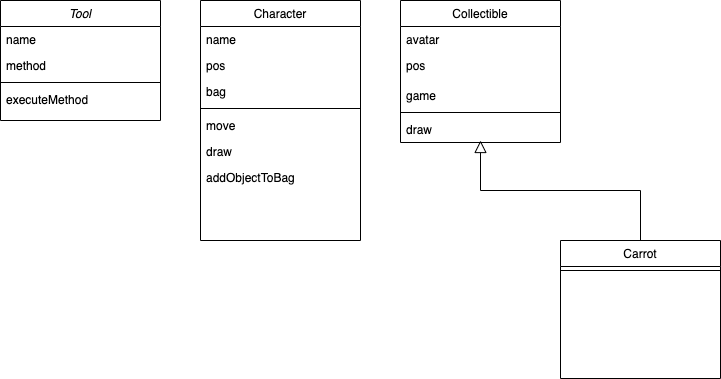
Earlier version of the draw.io export design/who_stole_the_apple_class_structure.drawio.png (mariavaghani/who_stole_the_apple). Source tidied: cells renumbered, new cells last; positions are measured from the earlier drawing's top-left corner, leaving out a move shared by most shapes.
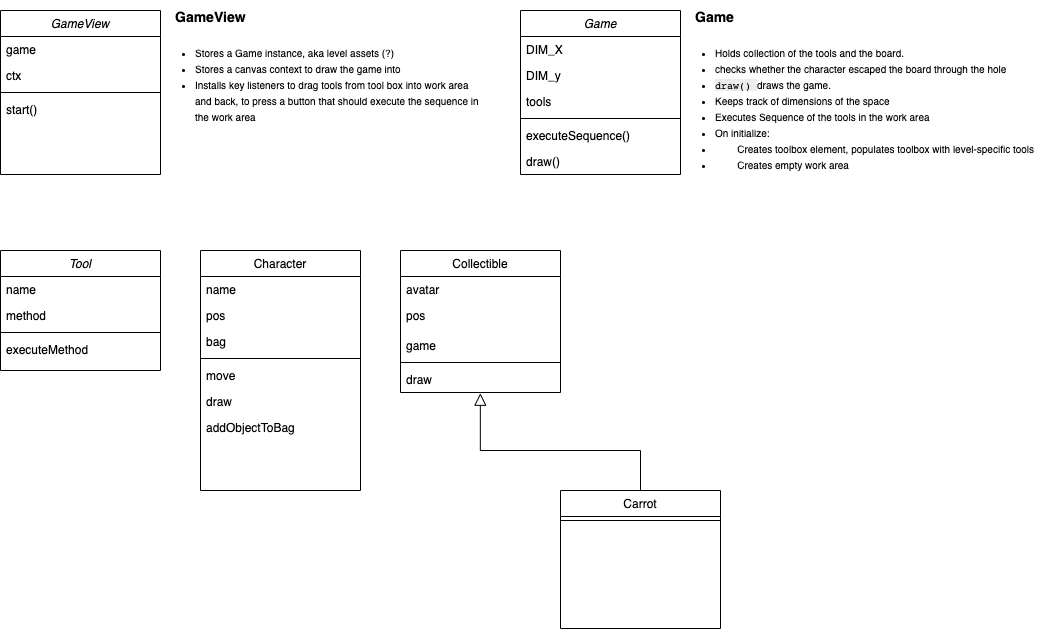
Above is the later version.

Change to the diagram source:
```diff
@@ -65,10 +65,54 @@
     <mxCell id="22" style="line;html=1;strokeWidth=1;align=left;verticalAlign=middle;spacingTop=-1;spacingLeft=3;spacingRight=3;labelPosition=right;" parent="21" vertex="1">
       <mxGeometry y="26" width="160" height="8" as="geometry" />
     </mxCell>
-    <mxCell id="23" style="endArrow=block;endSize=10;endFill=0;shadow=0;strokeWidth=1;rounded=0;edgeStyle=elbowEdgeStyle;elbow=vertical;exitX=0.5;exitY=0;exitDx=0;exitDy=0;" parent="1" edge="1" source="21">
+    <mxCell id="23" style="endArrow=block;endSize=10;endFill=0;shadow=0;strokeWidth=1;rounded=0;edgeStyle=elbowEdgeStyle;elbow=vertical;exitX=0.5;exitY=0;exitDx=0;exitDy=0;entryX=0.499;entryY=1.028;entryDx=0;entryDy=0;entryPerimeter=0;" parent="1" edge="1" source="21" target="20">
       <mxGeometry relative="1" as="geometry">
-        <mxPoint x="480" y="140" as="targetPoint" />
+        <Array as="points">
+          <mxPoint x="560" y="200" />
+        </Array>
       </mxGeometry>
     </mxCell>
+    <mxCell id="24" value="Game" style="swimlane;fontStyle=2;align=center;verticalAlign=top;horizontal=1;startSize=26;rounded=0;shadow=0;strokeWidth=1;" parent="1" vertex="1">
+      <mxGeometry x="520" y="-240" width="160" height="164" as="geometry" />
+    </mxCell>
+    <mxCell id="25" value="DIM_X" style="text;align=left;verticalAlign=top;spacingLeft=4;spacingRight=4;overflow=hidden;" parent="24" vertex="1">
+      <mxGeometry y="26" width="160" height="26" as="geometry" />
+    </mxCell>
+    <mxCell id="26" value="DIM_y" style="text;align=left;verticalAlign=top;spacingLeft=4;spacingRight=4;overflow=hidden;" parent="24" vertex="1">
+      <mxGeometry y="52" width="160" height="26" as="geometry" />
+    </mxCell>
+    <mxCell id="27" value="tools" style="text;align=left;verticalAlign=top;spacingLeft=4;spacingRight=4;overflow=hidden;" parent="24" vertex="1">
+      <mxGeometry y="78" width="160" height="26" as="geometry" />
+    </mxCell>
+    <mxCell id="28" style="line;html=1;strokeWidth=1;align=left;verticalAlign=middle;spacingTop=-1;spacingLeft=3;spacingRight=3;labelPosition=right;" parent="24" vertex="1">
+      <mxGeometry y="104" width="160" height="8" as="geometry" />
+    </mxCell>
+    <mxCell id="29" value="executeSequence()" style="text;align=left;verticalAlign=top;spacingLeft=4;spacingRight=4;overflow=hidden;" parent="24" vertex="1">
+      <mxGeometry y="112" width="160" height="26" as="geometry" />
+    </mxCell>
+    <mxCell id="30" value="draw()" style="text;align=left;verticalAlign=top;spacingLeft=4;spacingRight=4;overflow=hidden;" parent="24" vertex="1">
+      <mxGeometry y="138" width="160" height="26" as="geometry" />
+    </mxCell>
+    <mxCell id="31" value="&lt;h1 style=&quot;font-size: 14px&quot;&gt;&lt;font style=&quot;font-size: 14px&quot;&gt;Game&lt;/font&gt;&lt;/h1&gt;&lt;ul style=&quot;margin: 20px auto 40px ; padding: 0px 0px 0px 20px ; border: 0px ; outline: 0px ; font-stretch: inherit ; line-height: 1.6 ; vertical-align: baseline ; list-style-position: outside ; list-style-image: none ; max-width: 700px ; font-size: 10px&quot;&gt;&lt;li style=&quot;background-color: rgb(255 , 255 , 255)&quot;&gt;&lt;span style=&quot;font-size: 10px ; color: inherit ; font-family: inherit ; font-style: inherit ; background-color: rgb(255 , 255 , 255)&quot;&gt;Holds collection of the tools and the board.&lt;/span&gt;&lt;/li&gt;&lt;li style=&quot;background-color: rgb(255 , 255 , 255)&quot;&gt;checks whether the character escaped the board through the hole&lt;/li&gt;&lt;li&gt;&lt;span style=&quot;font-size: 10px ; color: inherit ; font-style: inherit ; background-color: rgba(0 , 0 , 0 , 0.075)&quot;&gt;&lt;font face=&quot;inconsolata, monospace&quot;&gt;draw()&amp;nbsp;&lt;/font&gt;&lt;/span&gt;&lt;span style=&quot;background-color: rgb(255 , 255 , 255) ; font-size: 10px ; color: inherit ; font-family: inherit ; font-style: inherit&quot;&gt;draws the game.&lt;/span&gt;&lt;/li&gt;&lt;li style=&quot;background-color: rgb(255 , 255 , 255)&quot;&gt;&lt;span style=&quot;font-size: 10px ; color: inherit ; font-family: inherit ; font-style: inherit ; background-color: rgb(255 , 255 , 255)&quot;&gt;Keeps track of dimensions of the space&lt;/span&gt;&lt;/li&gt;&lt;li style=&quot;background-color: rgb(255 , 255 , 255)&quot;&gt;&lt;span style=&quot;font-size: 10px ; color: inherit ; font-family: inherit ; font-style: inherit ; background-color: rgb(255 , 255 , 255)&quot;&gt;Executes Sequence of the tools in the work area&lt;/span&gt;&lt;/li&gt;&lt;li style=&quot;background-color: rgb(255 , 255 , 255)&quot;&gt;&lt;span style=&quot;font-size: 10px ; color: inherit ; font-family: inherit ; font-style: inherit ; background-color: rgb(255 , 255 , 255)&quot;&gt;On initialize:&lt;/span&gt;&lt;/li&gt;&lt;li style=&quot;background-color: rgb(255 , 255 , 255)&quot;&gt;&lt;span style=&quot;font-size: 10px ; color: inherit ; font-family: inherit ; font-style: inherit ; background-color: rgb(255 , 255 , 255)&quot;&gt;&lt;span style=&quot;white-space: pre&quot;&gt;&#9;&lt;/span&gt;Creates toolbox element, populates toolbox with level-specific tools&lt;br&gt;&lt;/span&gt;&lt;/li&gt;&lt;li style=&quot;background-color: rgb(255 , 255 , 255)&quot;&gt;&lt;span style=&quot;font-size: 10px ; color: inherit ; font-family: inherit ; font-style: inherit ; background-color: rgb(255 , 255 , 255)&quot;&gt;&lt;span style=&quot;white-space: pre&quot;&gt;&#9;&lt;/span&gt;Creates empty work area&lt;br&gt;&lt;/span&gt;&lt;/li&gt;&lt;/ul&gt;" style="text;html=1;strokeColor=none;fillColor=none;spacing=5;spacingTop=-20;whiteSpace=wrap;overflow=hidden;rounded=0;" parent="1" vertex="1">
+      <mxGeometry x="690" y="-240" width="350" height="190" as="geometry" />
+    </mxCell>
+    <mxCell id="32" value="GameView" style="swimlane;fontStyle=2;align=center;verticalAlign=top;horizontal=1;startSize=26;rounded=0;shadow=0;strokeWidth=1;" parent="1" vertex="1">
+      <mxGeometry y="-240" width="160" height="164" as="geometry" />
+    </mxCell>
+    <mxCell id="33" value="game" style="text;align=left;verticalAlign=top;spacingLeft=4;spacingRight=4;overflow=hidden;" parent="32" vertex="1">
+      <mxGeometry y="26" width="160" height="26" as="geometry" />
+    </mxCell>
+    <mxCell id="34" value="ctx" style="text;align=left;verticalAlign=top;spacingLeft=4;spacingRight=4;overflow=hidden;" parent="32" vertex="1">
+      <mxGeometry y="52" width="160" height="26" as="geometry" />
+    </mxCell>
+    <mxCell id="35" style="line;html=1;strokeWidth=1;align=left;verticalAlign=middle;spacingTop=-1;spacingLeft=3;spacingRight=3;labelPosition=right;" parent="32" vertex="1">
+      <mxGeometry y="78" width="160" height="8" as="geometry" />
+    </mxCell>
+    <mxCell id="36" value="start()" style="text;align=left;verticalAlign=top;spacingLeft=4;spacingRight=4;overflow=hidden;" parent="32" vertex="1">
+      <mxGeometry y="86" width="160" height="26" as="geometry" />
+    </mxCell>
+    <mxCell id="37" value="&lt;h1 style=&quot;font-size: 14px&quot;&gt;&lt;font style=&quot;font-size: 14px&quot;&gt;GameView&lt;/font&gt;&lt;/h1&gt;&lt;ul style=&quot;margin: 20px auto 40px ; padding: 0px 0px 0px 20px ; border: 0px ; outline: 0px ; font-stretch: inherit ; line-height: 1.6 ; vertical-align: baseline ; list-style-position: outside ; list-style-image: none ; max-width: 700px ; font-size: 10px&quot;&gt;&lt;li style=&quot;background-color: rgb(255 , 255 , 255)&quot;&gt;&lt;span style=&quot;font-size: 10px ; color: inherit ; font-family: inherit ; font-style: inherit ; background-color: rgb(255 , 255 , 255)&quot;&gt;Stores a Game instance, aka level assets (?)&lt;/span&gt;&lt;/li&gt;&lt;li style=&quot;background-color: rgb(255 , 255 , 255)&quot;&gt;Stores a canvas context to draw the game into&lt;/li&gt;&lt;li style=&quot;background-color: rgb(255 , 255 , 255)&quot;&gt;Installs key listeners to drag tools from tool box into work area and back, to press a button that should execute the sequence in the work area&lt;/li&gt;&lt;/ul&gt;" style="text;html=1;strokeColor=none;fillColor=none;spacing=5;spacingTop=-20;whiteSpace=wrap;overflow=hidden;rounded=0;" parent="1" vertex="1">
+      <mxGeometry x="170" y="-240" width="320" height="180" as="geometry" />
+    </mxCell>
   </root>
 </mxGraphModel>
```
